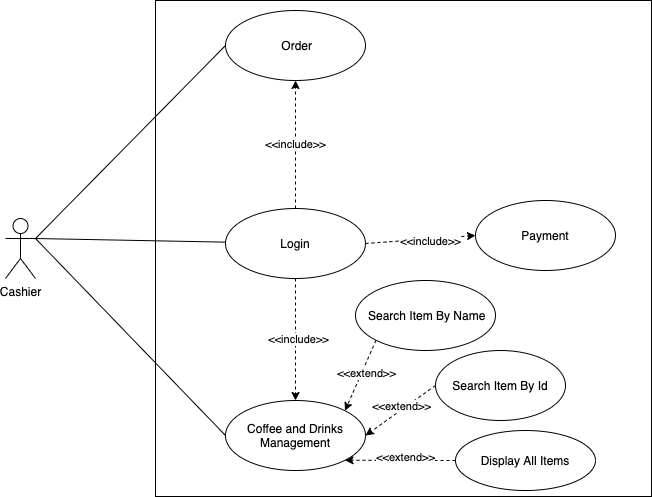
Earlier version of the draw.io export Design/UseCase/UseCase.png (tn22180/pf12-g05-project-coffee). Source tidied: cells renumbered, new cells last; positions are measured from the earlier drawing's top-left corner, leaving out a move shared by most shapes. Source of this version:
```xml
<mxGraphModel>
  <root>
    <mxCell id="0" />
    <mxCell id="1" parent="0" />
    <mxCell id="2" style="whiteSpace=wrap;html=1;" parent="1" vertex="1">
      <mxGeometry x="150" width="496" height="496" as="geometry" />
    </mxCell>
    <mxCell id="3" style="rounded=0;jettySize=auto;html=1;entryX=0;entryY=0.5;entryDx=0;entryDy=0;endArrow=none;endFill=0;exitX=1;exitY=0.3333333333333333;exitDx=0;exitDy=0;exitPerimeter=0;" parent="1" edge="1" source="6" target="13">
      <mxGeometry relative="1" as="geometry" />
    </mxCell>
    <mxCell id="4" style="edgeStyle=none;rounded=0;jettySize=auto;html=1;exitX=1;exitY=0.3333333333333333;exitDx=0;exitDy=0;exitPerimeter=0;entryX=0;entryY=0.5;entryDx=0;entryDy=0;endArrow=none;endFill=0;" parent="1" edge="1" source="6" target="14">
      <mxGeometry relative="1" as="geometry" />
    </mxCell>
    <mxCell id="5" style="edgeStyle=none;rounded=0;jettySize=auto;html=1;exitX=1;exitY=0.3333333333333333;exitDx=0;exitDy=0;exitPerimeter=0;endArrow=none;endFill=0;" parent="1" edge="1" source="6" target="12">
      <mxGeometry relative="1" as="geometry" />
    </mxCell>
    <mxCell id="6" value="Cashier" style="shape=umlActor;verticalLabelPosition=bottom;verticalAlign=top;html=1;outlineConnect=0;" parent="1" vertex="1">
      <mxGeometry y="218" width="30" height="60" as="geometry" />
    </mxCell>
    <mxCell id="7" value="&amp;lt;&amp;lt;include&amp;gt;&amp;gt;" style="edgeStyle=orthogonalEdgeStyle;rounded=0;jettySize=auto;html=1;exitX=0.5;exitY=0;exitDx=0;exitDy=0;entryX=0.5;entryY=1;entryDx=0;entryDy=0;dashed=1;" parent="1" edge="1" source="12" target="13">
      <mxGeometry relative="1" as="geometry" />
    </mxCell>
    <mxCell id="8" style="edgeStyle=orthogonalEdgeStyle;rounded=0;jettySize=auto;html=1;exitX=0.5;exitY=1;exitDx=0;exitDy=0;entryX=0.5;entryY=0;entryDx=0;entryDy=0;dashed=1;" parent="1" edge="1" source="12" target="14">
      <mxGeometry relative="1" as="geometry" />
    </mxCell>
    <mxCell id="9" value="&amp;lt;&amp;lt;include&amp;gt;&amp;gt;" style="edgeLabel;html=1;align=center;verticalAlign=middle;" parent="8" vertex="1">
      <mxGeometry x="-0.02" y="2" relative="1" as="geometry" />
    </mxCell>
    <mxCell id="10" style="rounded=0;jettySize=auto;html=1;exitX=1;exitY=0.5;exitDx=0;exitDy=0;entryX=0;entryY=0.5;entryDx=0;entryDy=0;dashed=1;" parent="1" edge="1" source="12" target="21">
      <mxGeometry relative="1" as="geometry" />
    </mxCell>
    <mxCell id="11" value="&amp;lt;&amp;lt;include&amp;gt;&amp;gt;" style="edgeLabel;html=1;align=center;verticalAlign=middle;" parent="10" vertex="1">
      <mxGeometry x="0.18" y="-2" relative="1" as="geometry" />
    </mxCell>
    <mxCell id="12" value="Login" style="ellipse;whiteSpace=wrap;html=1;" parent="1" vertex="1">
      <mxGeometry x="220" y="208" width="140" height="70" as="geometry" />
    </mxCell>
    <mxCell id="13" value="&amp;nbsp;Order" style="ellipse;whiteSpace=wrap;html=1;" parent="1" vertex="1">
      <mxGeometry x="220" y="10" width="140" height="70" as="geometry" />
    </mxCell>
    <mxCell id="14" value="Coffee and Drinks Management" style="ellipse;whiteSpace=wrap;html=1;" parent="1" vertex="1">
      <mxGeometry x="220" y="400" width="140" height="70" as="geometry" />
    </mxCell>
    <mxCell id="15" style="edgeStyle=none;rounded=0;jettySize=auto;html=1;exitX=0;exitY=1;exitDx=0;exitDy=0;entryX=1;entryY=0;entryDx=0;entryDy=0;dashed=1;" parent="1" edge="1" source="17" target="14">
      <mxGeometry relative="1" as="geometry" />
    </mxCell>
    <mxCell id="16" value="&amp;lt;&amp;lt;extend&amp;gt;&amp;gt;" style="edgeLabel;html=1;align=center;verticalAlign=middle;" parent="15" vertex="1">
      <mxGeometry x="-0.01" y="-5" relative="1" as="geometry">
        <mxPoint x="10" as="offset" />
      </mxGeometry>
    </mxCell>
    <mxCell id="17" value="&amp;nbsp;Search Item By Name" style="ellipse;whiteSpace=wrap;html=1;" parent="1" vertex="1">
      <mxGeometry x="350" y="280" width="140" height="70" as="geometry" />
    </mxCell>
    <mxCell id="18" style="edgeStyle=none;rounded=0;jettySize=auto;html=1;exitX=0;exitY=0.5;exitDx=0;exitDy=0;entryX=1;entryY=0.5;entryDx=0;entryDy=0;dashed=1;" parent="1" edge="1" source="20" target="14">
      <mxGeometry relative="1" as="geometry" />
    </mxCell>
    <mxCell id="19" value="&amp;lt;&amp;lt;extend&amp;gt;&amp;gt;" style="edgeLabel;html=1;align=center;verticalAlign=middle;" parent="18" vertex="1">
      <mxGeometry x="-0.07" y="-3" relative="1" as="geometry" />
    </mxCell>
    <mxCell id="20" value="Search Item By Id" style="ellipse;whiteSpace=wrap;html=1;" parent="1" vertex="1">
      <mxGeometry x="430" y="350" width="130" height="70" as="geometry" />
    </mxCell>
    <mxCell id="21" value="Payment" style="ellipse;whiteSpace=wrap;html=1;" parent="1" vertex="1">
      <mxGeometry x="470" y="200" width="140" height="70" as="geometry" />
    </mxCell>
    <mxCell id="22" value="Display All Items" style="ellipse;whiteSpace=wrap;html=1;" parent="1" vertex="1">
      <mxGeometry x="450" y="430" width="140" height="60" as="geometry" />
    </mxCell>
    <mxCell id="23" style="edgeStyle=none;rounded=0;jettySize=auto;html=1;exitX=0;exitY=0.5;exitDx=0;exitDy=0;entryX=1;entryY=1;entryDx=0;entryDy=0;dashed=1;" parent="1" edge="1" source="22" target="14">
      <mxGeometry relative="1" as="geometry" />
    </mxCell>
    <mxCell id="24" value="&amp;lt;&amp;lt;extend&amp;gt;&amp;gt;" style="edgeLabel;html=1;align=center;verticalAlign=middle;" parent="23" vertex="1">
      <mxGeometry x="-0.07" y="-3" relative="1" as="geometry" />
    </mxCell>
  </root>
</mxGraphModel>
```
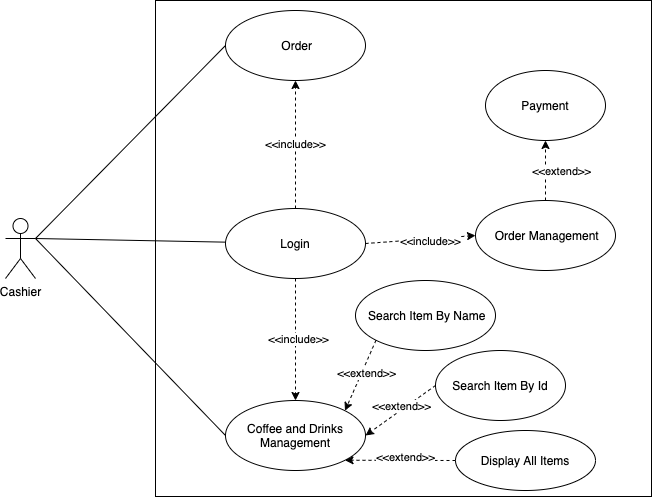
The same diagram one commit later.

The edit, as a diff of the source:
```diff
@@ -61,7 +61,7 @@
     <mxCell id="20" value="Search Item By Id" style="ellipse;whiteSpace=wrap;html=1;" parent="1" vertex="1">
       <mxGeometry x="430" y="350" width="130" height="70" as="geometry" />
     </mxCell>
-    <mxCell id="21" value="Payment" style="ellipse;whiteSpace=wrap;html=1;" parent="1" vertex="1">
+    <mxCell id="21" value="&amp;nbsp;Order Management" style="ellipse;whiteSpace=wrap;html=1;" parent="1" vertex="1">
       <mxGeometry x="470" y="200" width="140" height="70" as="geometry" />
     </mxCell>
     <mxCell id="22" value="Display All Items" style="ellipse;whiteSpace=wrap;html=1;" parent="1" vertex="1">
@@ -73,5 +73,16 @@
     <mxCell id="24" value="&amp;lt;&amp;lt;extend&amp;gt;&amp;gt;" style="edgeLabel;html=1;align=center;verticalAlign=middle;" parent="23" vertex="1">
       <mxGeometry x="-0.07" y="-3" relative="1" as="geometry" />
     </mxCell>
+    <mxCell id="25" value="Payment" style="ellipse;whiteSpace=wrap;html=1;" parent="1" vertex="1">
+      <mxGeometry x="480" y="70" width="120" height="70" as="geometry" />
+    </mxCell>
+    <mxCell id="26" style="edgeStyle=none;rounded=0;jettySize=auto;html=1;exitX=0.5;exitY=0;exitDx=0;exitDy=0;entryX=0.5;entryY=1;entryDx=0;entryDy=0;dashed=1;" parent="1" edge="1" source="21" target="25">
+      <mxGeometry relative="1" as="geometry" />
+    </mxCell>
+    <mxCell id="27" value="&amp;lt;&amp;lt;extend&amp;gt;&amp;gt;" style="edgeLabel;html=1;align=center;verticalAlign=middle;" parent="26" vertex="1">
+      <mxGeometry x="-0.01" y="-5" relative="1" as="geometry">
+        <mxPoint x="10" as="offset" />
+      </mxGeometry>
+    </mxCell>
   </root>
 </mxGraphModel>
```
